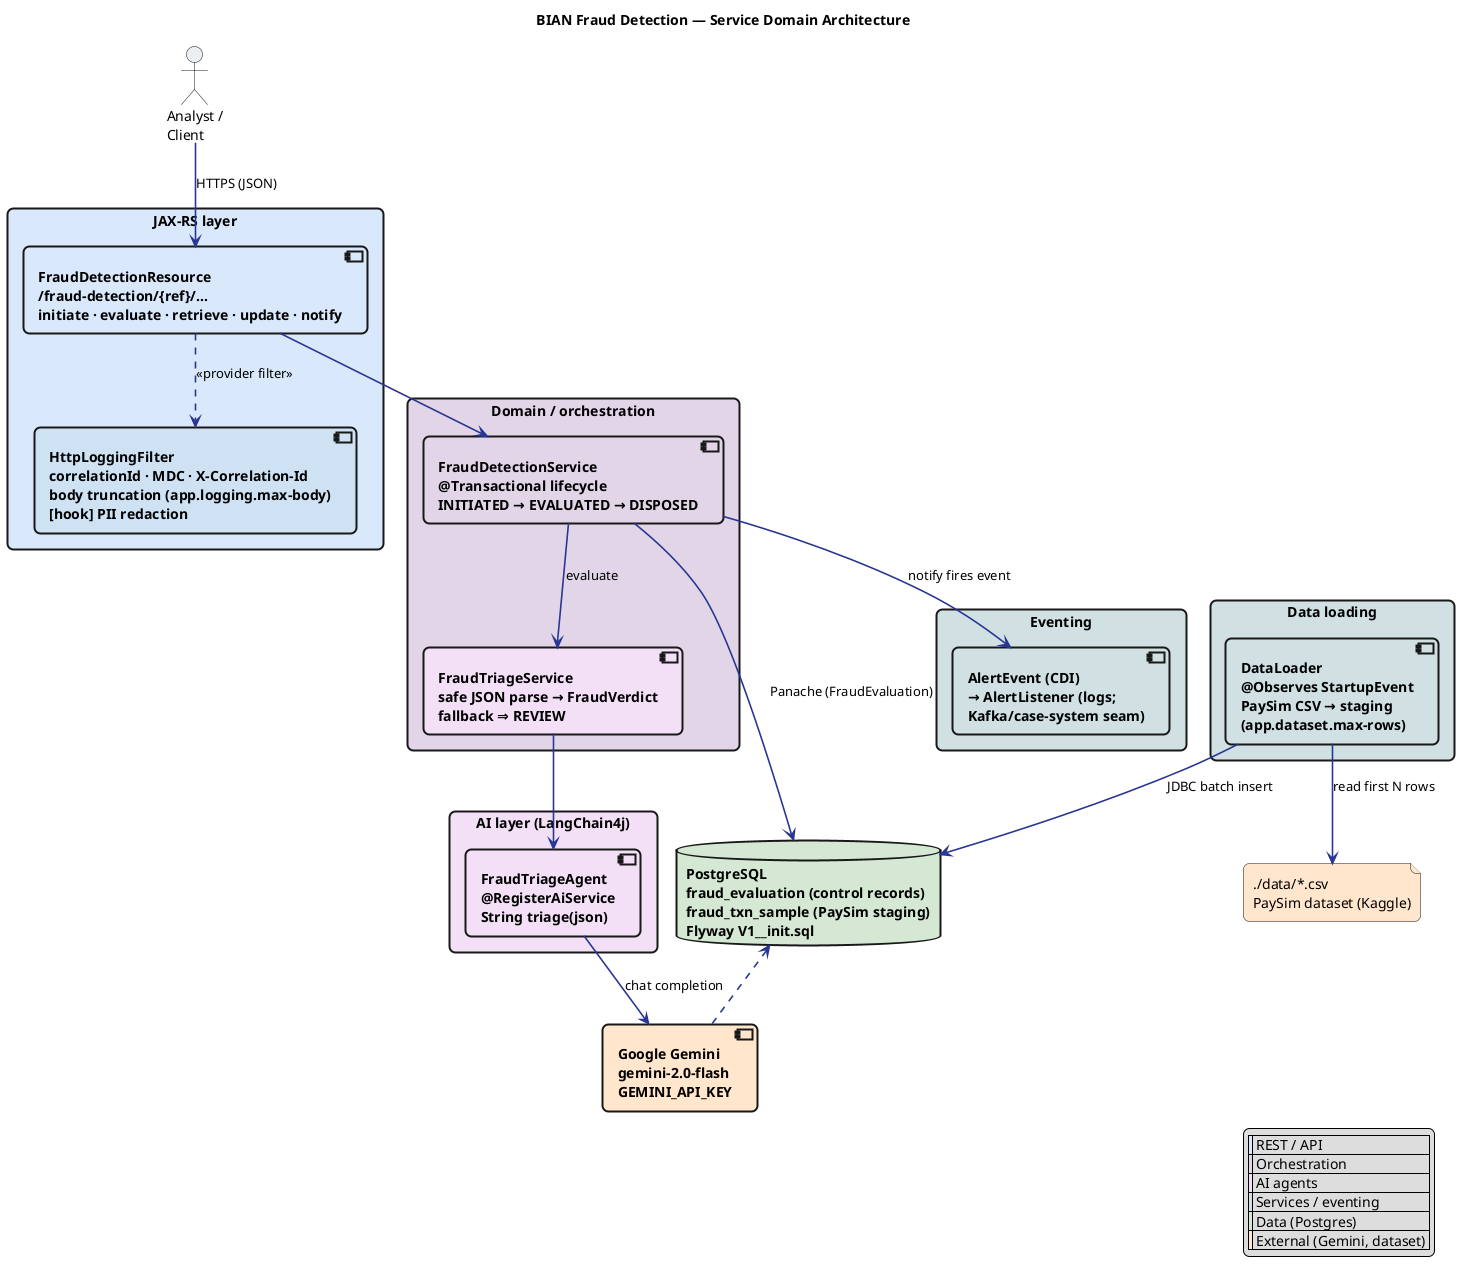
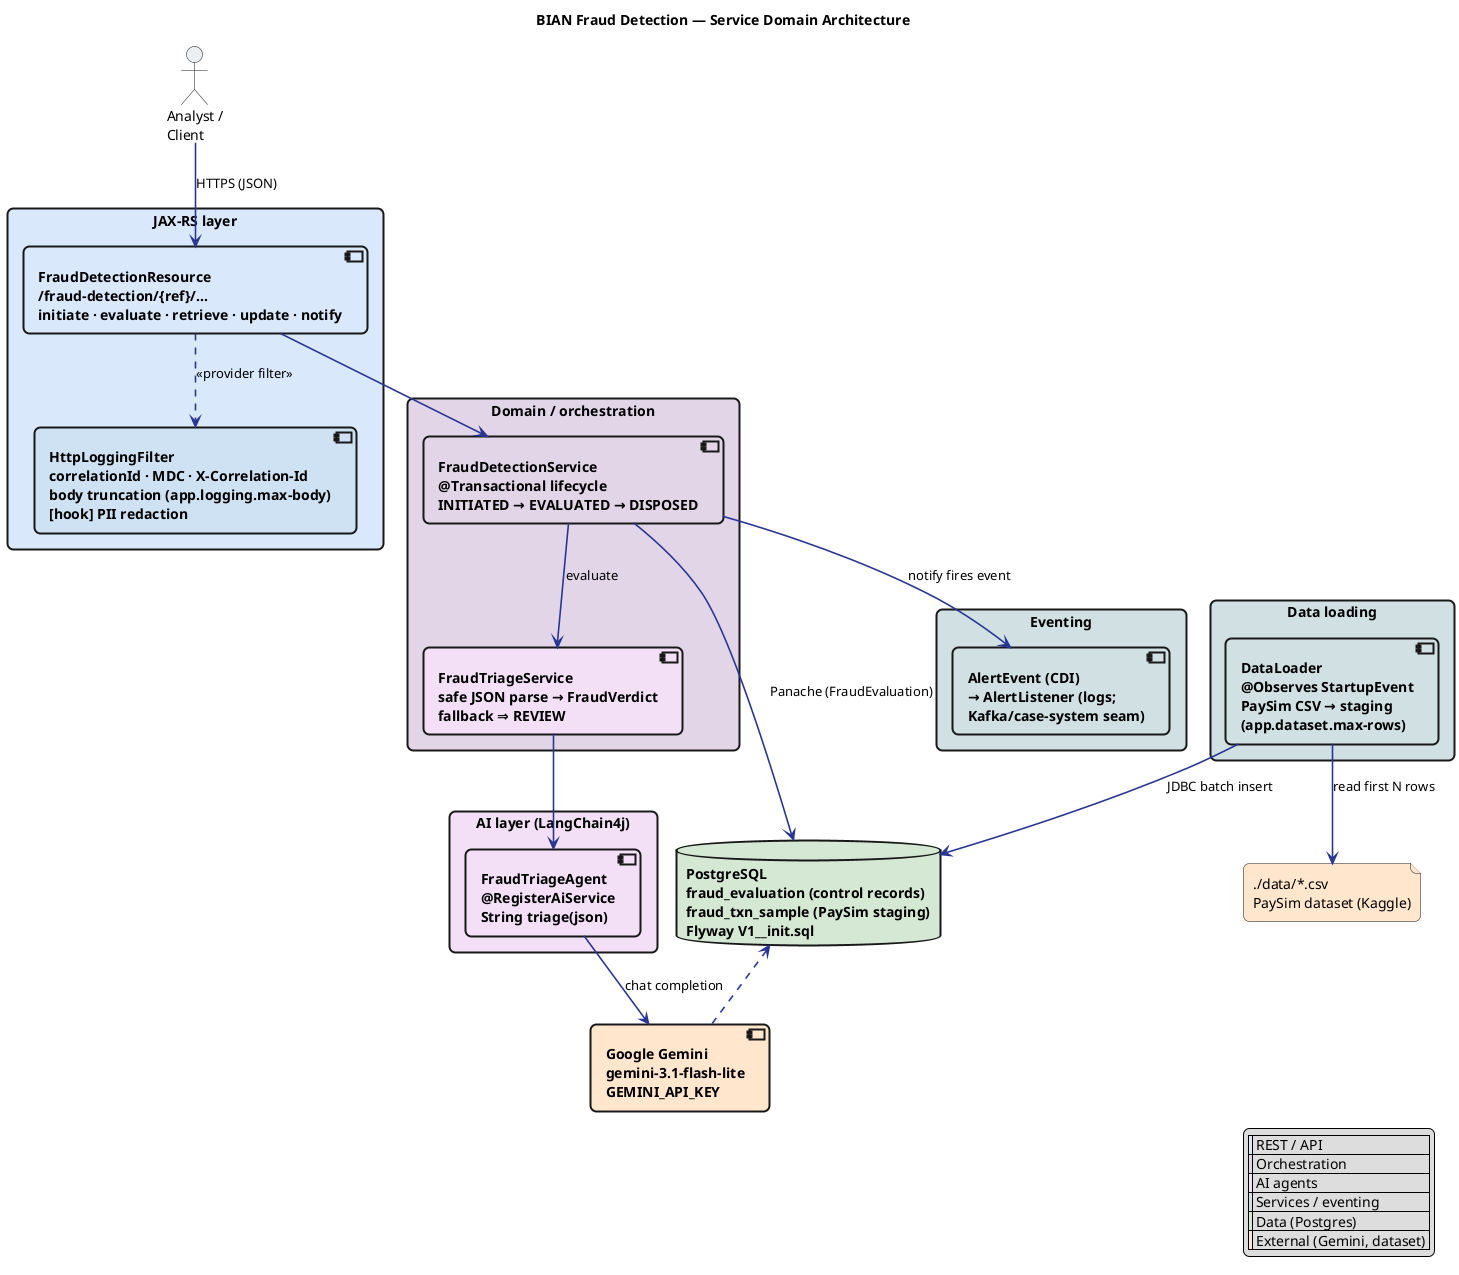
@startuml architecture
title <b>BIAN Fraud Detection — Service Domain Architecture</b>

skinparam shadowing false
skinparam roundCorner 12
skinparam defaultFontName Helvetica
skinparam ArrowColor #283593
skinparam ArrowThickness 1.6
skinparam rectangle {
  BorderThickness 2
  FontStyle bold
}
skinparam database {
  BorderThickness 2
  FontStyle bold
}
skinparam component {
  BorderThickness 2
  FontStyle bold
}

actor "Analyst /\nClient" as Client #ECEFF1

rectangle "JAX-RS layer" as REST #dae8fc {
  component "FraudDetectionResource\n/fraud-detection/{ref}/…\ninitiate · evaluate · retrieve · update · notify" as API #dae8fc
  component "HttpLoggingFilter\ncorrelationId · MDC · X-Correlation-Id\nbody truncation (app.logging.max-body)\n[hook] PII redaction" as LOG #cfe2f3
}

rectangle "Domain / orchestration" as DOMAIN #e1d5e7 {
  component "FraudDetectionService\n@Transactional lifecycle\nINITIATED → EVALUATED → DISPOSED" as SVC #e1d5e7
  component "FraudTriageService\nsafe JSON parse → FraudVerdict\nfallback ⇒ REVIEW" as TRIAGE #f3e0f7
}

rectangle "AI layer (LangChain4j)" as AI #f3e0f7 {
  component "FraudTriageAgent\n@RegisterAiService\nString triage(json)" as AGENT #f3e0f7
}

rectangle "Eventing" as EVT #d0e0e3 {
  component "AlertEvent (CDI)\n→ AlertListener (logs;\nKafka/case-system seam)" as ALERT #d0e0e3
}

rectangle "Data loading" as LOAD #d0e0e3 {
  component "DataLoader\n@Observes StartupEvent\nPaySim CSV → staging\n(app.dataset.max-rows)" as LOADER #d0e0e3
}

database "PostgreSQL\nfraud_evaluation (control records)\nfraud_txn_sample (PaySim staging)\nFlyway V1__init.sql" as DB #d5e8d4
- component "Google Gemini\ngemini-2.0-flash\nGEMINI_API_KEY" as LLM #ffe6cc
+ component "Google Gemini\ngemini-3.1-flash-lite\nGEMINI_API_KEY" as LLM #ffe6cc
file "./data/*.csv\nPaySim dataset (Kaggle)" as CSV #ffe6cc

Client --> API : HTTPS (JSON)
API ..> LOG : <<provider filter>>
API --> SVC
SVC --> TRIAGE : evaluate
TRIAGE --> AGENT
AGENT --> LLM : chat completion
SVC --> ALERT : notify fires event
SVC --> DB : Panache (FraudEvaluation)
LOADER --> CSV : read first N rows
LOADER --> DB : JDBC batch insert
DB <.. LLM

legend right
  | <#dae8fc> | REST / API |
  | <#e1d5e7> | Orchestration |
  | <#f3e0f7> | AI agents |
  | <#d0e0e3> | Services / eventing |
  | <#d5e8d4> | Data (Postgres) |
  | <#ffe6cc> | External (Gemini, dataset) |
endlegend
@enduml
